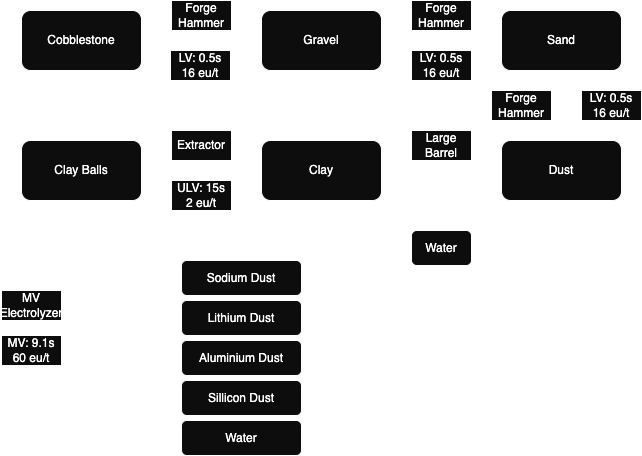
Above: docs/Gameplay/Lines/Processing Lines/Clay_img/Clay Electc4.png in zacharytam-0411/StarT-docs (draw.io), before the change. Source tidied: cells renumbered, new cells last; positions are measured from the earlier drawing's top-left corner, leaving out a move shared by most shapes. Its diagram source:
```xml
<mxGraphModel>
  <root>
    <mxCell id="0" />
    <mxCell id="1" parent="0" />
    <mxCell id="2" value="Gravel" style="rounded=1;whiteSpace=wrap;html=1;fontColor=#FFFFFF;strokeColor=#FFFFFF;fillColor=#0D0D0D;" parent="1" vertex="1">
      <mxGeometry x="260" y="10" width="120" height="60" as="geometry" />
    </mxCell>
    <mxCell id="3" value="Cobblestone" style="rounded=1;whiteSpace=wrap;html=1;fontColor=#FFFFFF;strokeColor=#FFFFFF;fillColor=#0D0D0D;" parent="1" vertex="1">
      <mxGeometry x="20" y="10" width="120" height="60" as="geometry" />
    </mxCell>
    <mxCell id="4" style="endArrow=classic;html=1;rounded=0;entryX=0;entryY=0.5;entryDx=0;entryDy=0;exitX=1;exitY=0.5;exitDx=0;exitDy=0;fontColor=#FFFFFF;strokeColor=#FFFFFF;fillColor=#0D0D0D;" parent="1" edge="1" source="3" target="2">
      <mxGeometry relative="1" as="geometry" />
    </mxCell>
    <mxCell id="5" value="LV: 0.5s&lt;div&gt;16 eu/t&lt;/div&gt;" style="text;html=1;align=center;verticalAlign=middle;whiteSpace=wrap;rounded=0;fontColor=#FFFFFF;strokeColor=#FFFFFF;fillColor=#0D0D0D;" parent="1" vertex="1">
      <mxGeometry x="169" y="50" width="60" height="30" as="geometry" />
    </mxCell>
    <mxCell id="6" value="Sand" style="rounded=1;whiteSpace=wrap;html=1;fontColor=#FFFFFF;strokeColor=#FFFFFF;fillColor=#0D0D0D;" parent="1" vertex="1">
      <mxGeometry x="500" y="10" width="120" height="60" as="geometry" />
    </mxCell>
    <mxCell id="7" style="endArrow=classic;html=1;rounded=0;exitX=1;exitY=0.5;exitDx=0;exitDy=0;entryX=0;entryY=0.5;entryDx=0;entryDy=0;fontColor=#FFFFFF;strokeColor=#FFFFFF;fillColor=#0D0D0D;" parent="1" edge="1" source="2" target="6">
      <mxGeometry relative="1" as="geometry" />
    </mxCell>
    <mxCell id="8" style="edgeStyle=orthogonalEdgeStyle;rounded=0;jettySize=auto;html=1;fontColor=#FFFFFF;strokeColor=#FFFFFF;fillColor=#0D0D0D;" parent="1" edge="1" source="9">
      <mxGeometry relative="1" as="geometry">
        <mxPoint x="380" y="170" as="targetPoint" />
      </mxGeometry>
    </mxCell>
    <mxCell id="9" value="Dust" style="rounded=1;whiteSpace=wrap;html=1;fontColor=#FFFFFF;strokeColor=#FFFFFF;fillColor=#0D0D0D;" parent="1" vertex="1">
      <mxGeometry x="500" y="140" width="120" height="60" as="geometry" />
    </mxCell>
    <mxCell id="10" style="endArrow=classic;html=1;rounded=0;entryX=0.5;entryY=0;entryDx=0;entryDy=0;fontColor=#FFFFFF;strokeColor=#FFFFFF;fillColor=#0D0D0D;" parent="1" edge="1" target="9">
      <mxGeometry relative="1" as="geometry">
        <mxPoint x="560" y="70" as="sourcePoint" />
      </mxGeometry>
    </mxCell>
    <mxCell id="11" value="Forge Hammer" style="text;html=1;align=center;verticalAlign=middle;whiteSpace=wrap;rounded=0;fontColor=#FFFFFF;strokeColor=#FFFFFF;fillColor=#0D0D0D;" parent="1" vertex="1">
      <mxGeometry x="410" width="60" height="30" as="geometry" />
    </mxCell>
    <mxCell id="12" value="Forge Hammer" style="text;html=1;align=center;verticalAlign=middle;whiteSpace=wrap;rounded=0;fontColor=#FFFFFF;strokeColor=#FFFFFF;fillColor=#0D0D0D;" parent="1" vertex="1">
      <mxGeometry x="490" y="90" width="60" height="30" as="geometry" />
    </mxCell>
    <mxCell id="13" value="Clay" style="rounded=1;whiteSpace=wrap;html=1;fontColor=#FFFFFF;strokeColor=#FFFFFF;fillColor=#0D0D0D;" parent="1" vertex="1">
      <mxGeometry x="260" y="140" width="120" height="60" as="geometry" />
    </mxCell>
    <mxCell id="14" value="Water" style="rounded=1;whiteSpace=wrap;html=1;fontColor=#FFFFFF;strokeColor=#FFFFFF;fillColor=#0D0D0D;" parent="1" vertex="1">
      <mxGeometry x="410" y="230" width="60" height="35" as="geometry" />
    </mxCell>
    <mxCell id="15" style="endArrow=classic;html=1;rounded=0;exitX=0.5;exitY=0;exitDx=0;exitDy=0;entryX=1;entryY=0.5;entryDx=0;entryDy=0;fontColor=#FFFFFF;strokeColor=#FFFFFF;fillColor=#0D0D0D;" parent="1" edge="1" source="14" target="13">
      <mxGeometry relative="1" as="geometry">
        <Array as="points">
          <mxPoint x="440" y="170" />
        </Array>
      </mxGeometry>
    </mxCell>
    <mxCell id="16" value="Large Barrel" style="text;html=1;align=center;verticalAlign=middle;whiteSpace=wrap;rounded=0;fontColor=#FFFFFF;strokeColor=#FFFFFF;fillColor=#0D0D0D;" parent="1" vertex="1">
      <mxGeometry x="410" y="130" width="60" height="30" as="geometry" />
    </mxCell>
    <mxCell id="17" style="edgeStyle=orthogonalEdgeStyle;rounded=0;jettySize=auto;html=1;fontColor=#FFFFFF;strokeColor=#FFFFFF;fillColor=#0D0D0D;" parent="1" edge="1" source="18">
      <mxGeometry relative="1" as="geometry">
        <mxPoint x="180" y="440" as="targetPoint" />
        <Array as="points">
          <mxPoint x="80" y="440" />
        </Array>
      </mxGeometry>
    </mxCell>
    <mxCell id="18" value="Clay Balls" style="rounded=1;whiteSpace=wrap;html=1;fontColor=#FFFFFF;strokeColor=#FFFFFF;fillColor=#0D0D0D;" parent="1" vertex="1">
      <mxGeometry x="20" y="140" width="120" height="60" as="geometry" />
    </mxCell>
    <mxCell id="19" style="endArrow=classic;html=1;rounded=0;exitX=0;exitY=0.5;exitDx=0;exitDy=0;entryX=1;entryY=0.5;entryDx=0;entryDy=0;fontColor=#FFFFFF;strokeColor=#FFFFFF;fillColor=#0D0D0D;" parent="1" edge="1" source="13" target="18">
      <mxGeometry relative="1" as="geometry" />
    </mxCell>
    <mxCell id="20" value="Extractor" style="text;html=1;align=center;verticalAlign=middle;whiteSpace=wrap;rounded=0;fontColor=#FFFFFF;strokeColor=#FFFFFF;fillColor=#0D0D0D;" parent="1" vertex="1">
      <mxGeometry x="170" y="130" width="60" height="30" as="geometry" />
    </mxCell>
    <mxCell id="21" value="MV Electrolyzer" style="text;html=1;align=center;verticalAlign=middle;whiteSpace=wrap;rounded=0;fontColor=#FFFFFF;strokeColor=#FFFFFF;fillColor=#0D0D0D;" parent="1" vertex="1">
      <mxGeometry y="290" width="60" height="30" as="geometry" />
    </mxCell>
    <mxCell id="22" style="endArrow=classic;html=1;rounded=0;fontColor=#FFFFFF;strokeColor=#FFFFFF;fillColor=#0D0D0D;" parent="1" edge="1">
      <mxGeometry relative="1" as="geometry">
        <mxPoint x="80" y="280" as="sourcePoint" />
        <mxPoint x="180" y="280" as="targetPoint" />
      </mxGeometry>
    </mxCell>
    <mxCell id="23" style="endArrow=classic;html=1;rounded=0;fontColor=#FFFFFF;strokeColor=#FFFFFF;fillColor=#0D0D0D;" parent="1" edge="1">
      <mxGeometry relative="1" as="geometry">
        <mxPoint x="80" y="400" as="sourcePoint" />
        <mxPoint x="180" y="400" as="targetPoint" />
      </mxGeometry>
    </mxCell>
    <mxCell id="24" style="endArrow=classic;html=1;rounded=0;fontColor=#FFFFFF;strokeColor=#FFFFFF;fillColor=#0D0D0D;" parent="1" edge="1">
      <mxGeometry relative="1" as="geometry">
        <mxPoint x="80" y="360" as="sourcePoint" />
        <mxPoint x="180" y="360" as="targetPoint" />
      </mxGeometry>
    </mxCell>
    <mxCell id="25" style="endArrow=classic;html=1;rounded=0;fontColor=#FFFFFF;strokeColor=#FFFFFF;fillColor=#0D0D0D;" parent="1" edge="1">
      <mxGeometry relative="1" as="geometry">
        <mxPoint x="80" y="320" as="sourcePoint" />
        <mxPoint x="180" y="320" as="targetPoint" />
      </mxGeometry>
    </mxCell>
    <mxCell id="26" value="Sodium Dust" style="rounded=1;whiteSpace=wrap;html=1;fontColor=#FFFFFF;strokeColor=#FFFFFF;fillColor=#0D0D0D;" parent="1" vertex="1">
      <mxGeometry x="180" y="260" width="120" height="35" as="geometry" />
    </mxCell>
    <mxCell id="27" value="Lithium Dust" style="rounded=1;whiteSpace=wrap;html=1;fontColor=#FFFFFF;strokeColor=#FFFFFF;fillColor=#0D0D0D;" parent="1" vertex="1">
      <mxGeometry x="180" y="300" width="120" height="35" as="geometry" />
    </mxCell>
    <mxCell id="28" value="Sillicon Dust" style="rounded=1;whiteSpace=wrap;html=1;fontColor=#FFFFFF;strokeColor=#FFFFFF;fillColor=#0D0D0D;" parent="1" vertex="1">
      <mxGeometry x="180" y="380" width="120" height="35" as="geometry" />
    </mxCell>
    <mxCell id="29" value="Aluminium Dust" style="rounded=1;whiteSpace=wrap;html=1;fontColor=#FFFFFF;strokeColor=#FFFFFF;fillColor=#0D0D0D;" parent="1" vertex="1">
      <mxGeometry x="180" y="340" width="120" height="35" as="geometry" />
    </mxCell>
    <mxCell id="30" value="Water" style="rounded=1;whiteSpace=wrap;html=1;fontColor=#FFFFFF;strokeColor=#FFFFFF;fillColor=#0D0D0D;" parent="1" vertex="1">
      <mxGeometry x="180" y="420" width="120" height="35" as="geometry" />
    </mxCell>
    <mxCell id="31" value="Forge Hammer" style="text;html=1;align=center;verticalAlign=middle;whiteSpace=wrap;rounded=0;fontColor=#FFFFFF;strokeColor=#FFFFFF;fillColor=#0D0D0D;" parent="1" vertex="1">
      <mxGeometry x="170" width="60" height="30" as="geometry" />
    </mxCell>
    <mxCell id="32" value="ULV: 15s&lt;div&gt;2 eu/t&lt;/div&gt;" style="text;html=1;align=center;verticalAlign=middle;whiteSpace=wrap;rounded=0;fontColor=#FFFFFF;strokeColor=#FFFFFF;fillColor=#0D0D0D;" parent="1" vertex="1">
      <mxGeometry x="170" y="180" width="60" height="30" as="geometry" />
    </mxCell>
    <mxCell id="33" value="LV: 0.5s&lt;div&gt;16 eu/t&lt;/div&gt;" style="text;html=1;align=center;verticalAlign=middle;whiteSpace=wrap;rounded=0;fontColor=#FFFFFF;strokeColor=#FFFFFF;fillColor=#0D0D0D;" parent="1" vertex="1">
      <mxGeometry x="410" y="50" width="60" height="30" as="geometry" />
    </mxCell>
    <mxCell id="34" value="LV: 0.5s&lt;div&gt;16 eu/t&lt;/div&gt;" style="text;html=1;align=center;verticalAlign=middle;whiteSpace=wrap;rounded=0;fontColor=#FFFFFF;strokeColor=#FFFFFF;fillColor=#0D0D0D;" parent="1" vertex="1">
      <mxGeometry x="580" y="90" width="60" height="30" as="geometry" />
    </mxCell>
    <mxCell id="35" value="MV: 9.1s&lt;div&gt;60 eu/t&lt;/div&gt;" style="text;html=1;align=center;verticalAlign=middle;whiteSpace=wrap;rounded=0;fontColor=#FFFFFF;strokeColor=#FFFFFF;fillColor=#0D0D0D;" parent="1" vertex="1">
      <mxGeometry y="335" width="60" height="30" as="geometry" />
    </mxCell>
  </root>
</mxGraphModel>
```
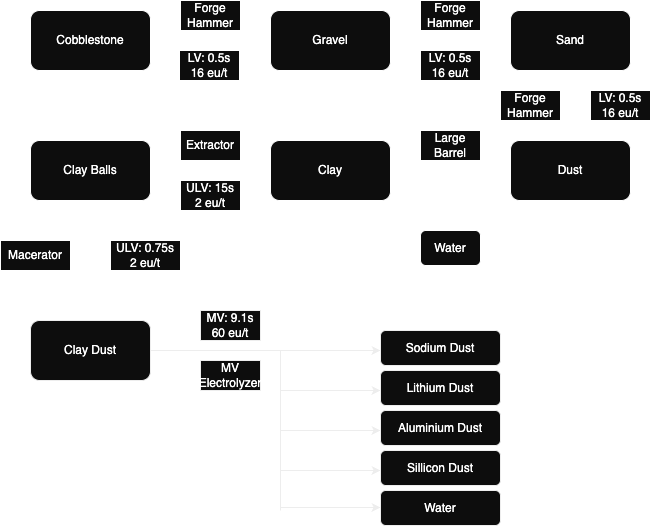
After the commit.

What changed in the source:
```diff
@@ -55,14 +55,9 @@
     <mxCell id="16" value="Large Barrel" style="text;html=1;align=center;verticalAlign=middle;whiteSpace=wrap;rounded=0;fontColor=#FFFFFF;strokeColor=#FFFFFF;fillColor=#0D0D0D;" parent="1" vertex="1">
       <mxGeometry x="410" y="130" width="60" height="30" as="geometry" />
     </mxCell>
-    <mxCell id="17" style="edgeStyle=orthogonalEdgeStyle;rounded=0;jettySize=auto;html=1;fontColor=#FFFFFF;strokeColor=#FFFFFF;fillColor=#0D0D0D;" parent="1" edge="1" source="18">
-      <mxGeometry relative="1" as="geometry">
-        <mxPoint x="180" y="440" as="targetPoint" />
-        <Array as="points">
-          <mxPoint x="80" y="440" />
-        </Array>
-      </mxGeometry>
-    </mxCell>
+    <mxCell id="36" style="edgeStyle=orthogonalEdgeStyle;rounded=0;jettySize=auto;html=1;entryX=0.5;entryY=0;entryDx=0;entryDy=0;strokeColor=#FFFFFF;" parent="1" edge="1" source="18" target="37">
+      <mxGeometry relative="1" as="geometry" />
+    </mxCell>
     <mxCell id="18" value="Clay Balls" style="rounded=1;whiteSpace=wrap;html=1;fontColor=#FFFFFF;strokeColor=#FFFFFF;fillColor=#0D0D0D;" parent="1" vertex="1">
       <mxGeometry x="20" y="140" width="120" height="60" as="geometry" />
     </mxCell>
@@ -72,47 +67,46 @@
     <mxCell id="20" value="Extractor" style="text;html=1;align=center;verticalAlign=middle;whiteSpace=wrap;rounded=0;fontColor=#FFFFFF;strokeColor=#FFFFFF;fillColor=#0D0D0D;" parent="1" vertex="1">
       <mxGeometry x="170" y="130" width="60" height="30" as="geometry" />
     </mxCell>
-    <mxCell id="21" value="MV Electrolyzer" style="text;html=1;align=center;verticalAlign=middle;whiteSpace=wrap;rounded=0;fontColor=#FFFFFF;strokeColor=#FFFFFF;fillColor=#0D0D0D;" parent="1" vertex="1">
-      <mxGeometry y="290" width="60" height="30" as="geometry" />
+    <mxCell id="21" value="MV Electrolyzer" style="text;html=1;align=center;verticalAlign=middle;whiteSpace=wrap;rounded=0;fontColor=#FFFFFF;strokeColor=#EDEDED;fillColor=#0D0D0D;" parent="1" vertex="1">
+      <mxGeometry x="190" y="360" width="60" height="30" as="geometry" />
     </mxCell>
-    <mxCell id="22" style="endArrow=classic;html=1;rounded=0;fontColor=#FFFFFF;strokeColor=#FFFFFF;fillColor=#0D0D0D;" parent="1" edge="1">
+    <mxCell id="22" style="endArrow=classic;html=1;rounded=0;fontColor=#FFFFFF;strokeColor=#EDEDED;fillColor=#0D0D0D;" parent="1" edge="1" source="37">
       <mxGeometry relative="1" as="geometry">
-        <mxPoint x="80" y="280" as="sourcePoint" />
-        <mxPoint x="180" y="280" as="targetPoint" />
+        <mxPoint x="370" y="350" as="targetPoint" />
       </mxGeometry>
     </mxCell>
-    <mxCell id="23" style="endArrow=classic;html=1;rounded=0;fontColor=#FFFFFF;strokeColor=#FFFFFF;fillColor=#0D0D0D;" parent="1" edge="1">
+    <mxCell id="23" style="endArrow=classic;html=1;rounded=0;fontColor=#FFFFFF;strokeColor=#EDEDED;fillColor=#0D0D0D;" parent="1" edge="1">
       <mxGeometry relative="1" as="geometry">
-        <mxPoint x="80" y="400" as="sourcePoint" />
-        <mxPoint x="180" y="400" as="targetPoint" />
+        <mxPoint x="270" y="470" as="sourcePoint" />
+        <mxPoint x="370" y="470" as="targetPoint" />
       </mxGeometry>
     </mxCell>
-    <mxCell id="24" style="endArrow=classic;html=1;rounded=0;fontColor=#FFFFFF;strokeColor=#FFFFFF;fillColor=#0D0D0D;" parent="1" edge="1">
+    <mxCell id="24" style="endArrow=classic;html=1;rounded=0;fontColor=#FFFFFF;strokeColor=#EDEDED;fillColor=#0D0D0D;" parent="1" edge="1">
       <mxGeometry relative="1" as="geometry">
-        <mxPoint x="80" y="360" as="sourcePoint" />
-        <mxPoint x="180" y="360" as="targetPoint" />
+        <mxPoint x="270" y="430" as="sourcePoint" />
+        <mxPoint x="370" y="430" as="targetPoint" />
       </mxGeometry>
     </mxCell>
-    <mxCell id="25" style="endArrow=classic;html=1;rounded=0;fontColor=#FFFFFF;strokeColor=#FFFFFF;fillColor=#0D0D0D;" parent="1" edge="1">
+    <mxCell id="25" style="endArrow=classic;html=1;rounded=0;fontColor=#FFFFFF;strokeColor=#EDEDED;fillColor=#0D0D0D;" parent="1" edge="1">
       <mxGeometry relative="1" as="geometry">
-        <mxPoint x="80" y="320" as="sourcePoint" />
-        <mxPoint x="180" y="320" as="targetPoint" />
+        <mxPoint x="270" y="390" as="sourcePoint" />
+        <mxPoint x="370" y="390" as="targetPoint" />
       </mxGeometry>
     </mxCell>
-    <mxCell id="26" value="Sodium Dust" style="rounded=1;whiteSpace=wrap;html=1;fontColor=#FFFFFF;strokeColor=#FFFFFF;fillColor=#0D0D0D;" parent="1" vertex="1">
-      <mxGeometry x="180" y="260" width="120" height="35" as="geometry" />
+    <mxCell id="26" value="Sodium Dust" style="rounded=1;whiteSpace=wrap;html=1;fontColor=#FFFFFF;strokeColor=#EDEDED;fillColor=#0D0D0D;" parent="1" vertex="1">
+      <mxGeometry x="370" y="330" width="120" height="35" as="geometry" />
     </mxCell>
-    <mxCell id="27" value="Lithium Dust" style="rounded=1;whiteSpace=wrap;html=1;fontColor=#FFFFFF;strokeColor=#FFFFFF;fillColor=#0D0D0D;" parent="1" vertex="1">
-      <mxGeometry x="180" y="300" width="120" height="35" as="geometry" />
+    <mxCell id="27" value="Lithium Dust" style="rounded=1;whiteSpace=wrap;html=1;fontColor=#FFFFFF;strokeColor=#EDEDED;fillColor=#0D0D0D;" parent="1" vertex="1">
+      <mxGeometry x="370" y="370" width="120" height="35" as="geometry" />
     </mxCell>
-    <mxCell id="28" value="Sillicon Dust" style="rounded=1;whiteSpace=wrap;html=1;fontColor=#FFFFFF;strokeColor=#FFFFFF;fillColor=#0D0D0D;" parent="1" vertex="1">
-      <mxGeometry x="180" y="380" width="120" height="35" as="geometry" />
+    <mxCell id="28" value="Sillicon Dust" style="rounded=1;whiteSpace=wrap;html=1;fontColor=#FFFFFF;strokeColor=#EDEDED;fillColor=#0D0D0D;" parent="1" vertex="1">
+      <mxGeometry x="370" y="450" width="120" height="35" as="geometry" />
     </mxCell>
-    <mxCell id="29" value="Aluminium Dust" style="rounded=1;whiteSpace=wrap;html=1;fontColor=#FFFFFF;strokeColor=#FFFFFF;fillColor=#0D0D0D;" parent="1" vertex="1">
-      <mxGeometry x="180" y="340" width="120" height="35" as="geometry" />
+    <mxCell id="29" value="Aluminium Dust" style="rounded=1;whiteSpace=wrap;html=1;fontColor=#FFFFFF;strokeColor=#EDEDED;fillColor=#0D0D0D;" parent="1" vertex="1">
+      <mxGeometry x="370" y="410" width="120" height="35" as="geometry" />
     </mxCell>
-    <mxCell id="30" value="Water" style="rounded=1;whiteSpace=wrap;html=1;fontColor=#FFFFFF;strokeColor=#FFFFFF;fillColor=#0D0D0D;" parent="1" vertex="1">
-      <mxGeometry x="180" y="420" width="120" height="35" as="geometry" />
+    <mxCell id="30" value="Water" style="rounded=1;whiteSpace=wrap;html=1;fontColor=#FFFFFF;strokeColor=#EDEDED;fillColor=#0D0D0D;" parent="1" vertex="1">
+      <mxGeometry x="370" y="490" width="120" height="35" as="geometry" />
     </mxCell>
     <mxCell id="31" value="Forge Hammer" style="text;html=1;align=center;verticalAlign=middle;whiteSpace=wrap;rounded=0;fontColor=#FFFFFF;strokeColor=#FFFFFF;fillColor=#0D0D0D;" parent="1" vertex="1">
       <mxGeometry x="170" width="60" height="30" as="geometry" />
@@ -126,8 +120,29 @@
     <mxCell id="34" value="LV: 0.5s&lt;div&gt;16 eu/t&lt;/div&gt;" style="text;html=1;align=center;verticalAlign=middle;whiteSpace=wrap;rounded=0;fontColor=#FFFFFF;strokeColor=#FFFFFF;fillColor=#0D0D0D;" parent="1" vertex="1">
       <mxGeometry x="580" y="90" width="60" height="30" as="geometry" />
     </mxCell>
-    <mxCell id="35" value="MV: 9.1s&lt;div&gt;60 eu/t&lt;/div&gt;" style="text;html=1;align=center;verticalAlign=middle;whiteSpace=wrap;rounded=0;fontColor=#FFFFFF;strokeColor=#FFFFFF;fillColor=#0D0D0D;" parent="1" vertex="1">
-      <mxGeometry y="335" width="60" height="30" as="geometry" />
+    <mxCell id="35" value="MV: 9.1s&lt;div&gt;60 eu/t&lt;/div&gt;" style="text;html=1;align=center;verticalAlign=middle;whiteSpace=wrap;rounded=0;fontColor=#FFFFFF;strokeColor=#EDEDED;fillColor=#0D0D0D;" parent="1" vertex="1">
+      <mxGeometry x="190" y="310" width="60" height="30" as="geometry" />
     </mxCell>
+    <mxCell id="37" value="Clay Dust" style="rounded=1;whiteSpace=wrap;html=1;fontColor=#FFFFFF;strokeColor=#EDEDED;fillColor=#0D0D0D;" parent="1" vertex="1">
+      <mxGeometry x="20" y="320" width="120" height="60" as="geometry" />
+    </mxCell>
+    <mxCell id="38" value="Macerator" style="text;html=1;align=center;verticalAlign=middle;whiteSpace=wrap;rounded=0;fontColor=#FFFFFF;strokeColor=#FFFFFF;fillColor=#0D0D0D;" parent="1" vertex="1">
+      <mxGeometry x="-10" y="240" width="70" height="30" as="geometry" />
+    </mxCell>
+    <mxCell id="39" value="ULV: 0.75s&lt;div&gt;2 eu/t&lt;/div&gt;" style="text;html=1;align=center;verticalAlign=middle;whiteSpace=wrap;rounded=0;fontColor=#FFFFFF;strokeColor=#FFFFFF;fillColor=#0D0D0D;" parent="1" vertex="1">
+      <mxGeometry x="100" y="240" width="70" height="30" as="geometry" />
+    </mxCell>
+    <mxCell id="40" style="endArrow=classic;html=1;rounded=0;fontColor=#FFFFFF;strokeColor=#EDEDED;fillColor=#0D0D0D;" parent="1" edge="1">
+      <mxGeometry relative="1" as="geometry">
+        <mxPoint x="270" y="507" as="sourcePoint" />
+        <mxPoint x="370" y="507" as="targetPoint" />
+      </mxGeometry>
+    </mxCell>
+    <mxCell id="41" style="endArrow=none;html=1;rounded=0;strokeColor=#EDEDED;" parent="1" edge="1">
+      <mxGeometry relative="1" as="geometry">
+        <mxPoint x="270" y="510" as="sourcePoint" />
+        <mxPoint x="270" y="350" as="targetPoint" />
+      </mxGeometry>
+    </mxCell>
   </root>
 </mxGraphModel>
```
